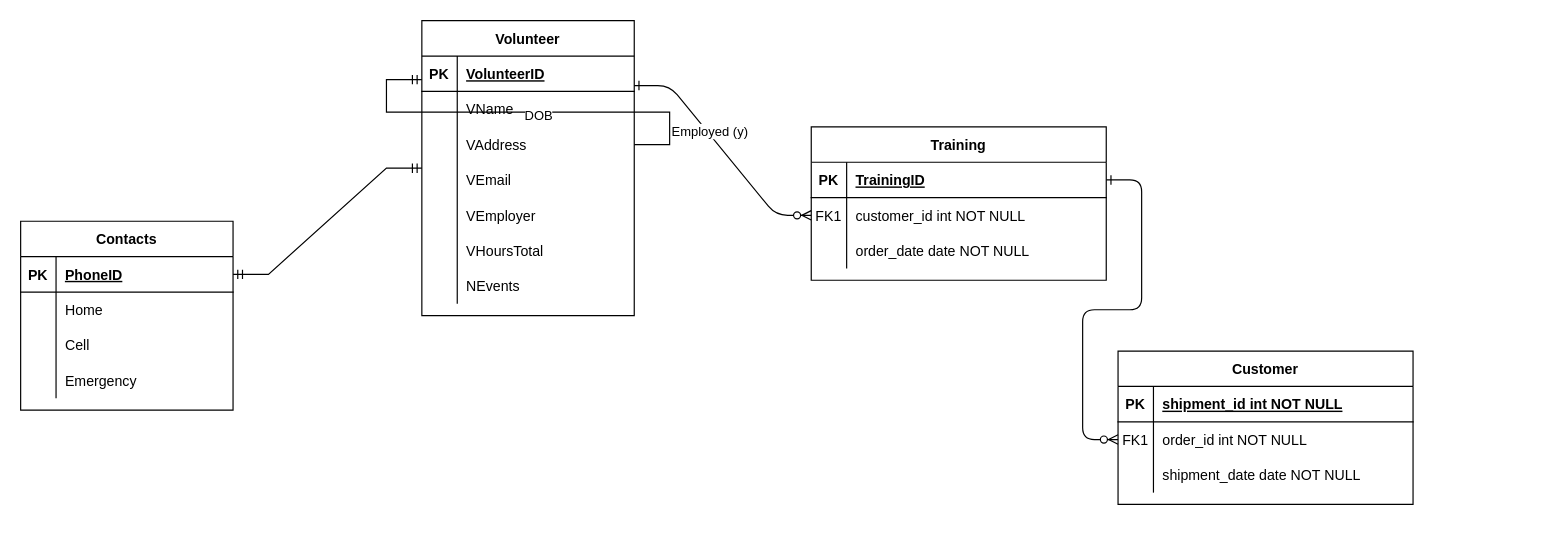
Earlier version of the draw.io diagram Untitled Diagram.drawio (dcar2121/sl4). Source tidied: cells renumbered, new cells numbered last; positions are measured from the earlier drawing's top-left corner, leaving out a move shared by most shapes. Both pictures are drawn from the tidied source at 118%, with x=0, y=0 at pixel (20, 20).
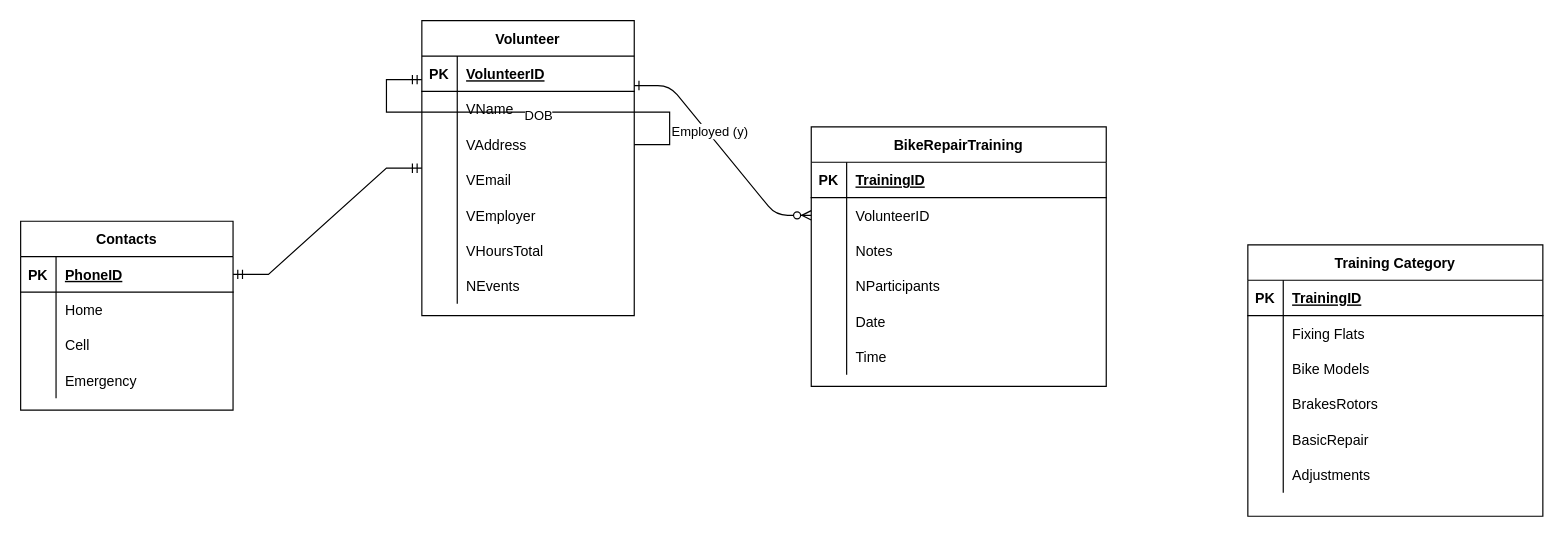
After the change.

The change refers to these unchanged cells:
```xml
<mxCell id="6" style="shape=partialRectangle;fillColor=none;points=[[0,0.5],[1,0.5]];portConstraint=eastwest;top=0;left=0;right=0;bottom=1;" parent="5" vertex="1">
  <mxGeometry y="30" width="250" height="30" as="geometry" />
</mxCell>
<mxCell id="16" style="shape=partialRectangle;fillColor=none;top=0;left=0;right=0;bottom=1;" parent="15" vertex="1">
  <mxGeometry y="30" width="250" height="30" as="geometry" />
</mxCell>
```

Change to the diagram source:
```diff
@@
-    <mxCell id="2" style="edgeStyle=entityRelationEdgeStyle;endArrow=ERzeroToMany;startArrow=ERone;endFill=1;startFill=0;" parent="1" edge="1" target="9">
+    <mxCell id="2" style="edgeStyle=entityRelationEdgeStyle;endArrow=ERzeroToMany;startArrow=ERone;endFill=1;startFill=0;" parent="1" edge="1">
       <mxGeometry relative="1" as="geometry">
         <mxPoint x="520" y="55" as="sourcePoint" />
+        <mxPoint x="670" y="165" as="targetPoint" />
       </mxGeometry>
     </mxCell>
@@
-    <mxCell id="4" style="edgeStyle=entityRelationEdgeStyle;endArrow=ERzeroToMany;startArrow=ERone;endFill=1;startFill=0;" parent="1" edge="1" source="6" target="19">
-      <mxGeometry relative="1" as="geometry" />
-    </mxCell>
-    <mxCell id="5" value="Training" style="shape=table;startSize=30;childLayout=tableLayout;rowLines=0;fontStyle=1;align=center;" parent="1" vertex="1">
-      <mxGeometry x="670" y="90" width="250" height="130" as="geometry" />
+    <mxCell id="5" value="BikeRepairTraining" style="shape=table;startSize=30;childLayout=tableLayout;rowLines=0;fontStyle=1;align=center;" parent="1" vertex="1">
+      <mxGeometry x="670" y="90" width="250" height="220" as="geometry" />
     </mxCell>
@@
-    <mxCell id="9" style="shape=partialRectangle;fillColor=none;points=[[0,0.5],[1,0.5]];portConstraint=eastwest;top=0;left=0;right=0;bottom=0;" parent="5" vertex="1">
-      <mxGeometry y="60" width="250" height="30" as="geometry" />
-    </mxCell>
-    <mxCell id="10" value="FK1" style="shape=partialRectangle;overflow=hidden;fillColor=none;top=0;left=0;bottom=0;right=0;" parent="9" vertex="1">
-      <mxGeometry width="30" height="30" as="geometry" />
-    </mxCell>
-    <mxCell id="11" value="customer_id int NOT NULL" style="shape=partialRectangle;overflow=hidden;fillColor=none;top=0;left=0;bottom=0;right=0;align=left;spacingLeft=6;" parent="9" vertex="1">
-      <mxGeometry x="30" width="220" height="30" as="geometry" />
-    </mxCell>
     <mxCell id="12" style="shape=partialRectangle;fillColor=none;top=0;left=0;right=0;bottom=0;" parent="5" vertex="1">
-      <mxGeometry y="90" width="250" height="30" as="geometry" />
+      <mxGeometry y="60" width="250" height="30" as="geometry" />
     </mxCell>
@@
-    <mxCell id="14" value="order_date date NOT NULL" style="shape=partialRectangle;overflow=hidden;fillColor=none;top=0;left=0;bottom=0;right=0;align=left;spacingLeft=6;" parent="12" vertex="1">
+    <mxCell id="14" value="VolunteerID" style="shape=partialRectangle;overflow=hidden;fillColor=none;top=0;left=0;bottom=0;right=0;align=left;spacingLeft=6;" parent="12" vertex="1">
       <mxGeometry x="30" width="220" height="30" as="geometry" />
     </mxCell>
+    <mxCell id="63" style="shape=partialRectangle;fillColor=none;top=0;left=0;right=0;bottom=0;" parent="5" vertex="1">
+      <mxGeometry y="90" width="250" height="30" as="geometry" />
+    </mxCell>
+    <mxCell id="64" style="shape=partialRectangle;overflow=hidden;fillColor=none;top=0;left=0;bottom=0;right=0;" parent="63" vertex="1">
+      <mxGeometry width="30" height="30" as="geometry" />
+    </mxCell>
+    <mxCell id="65" value="Notes" style="shape=partialRectangle;overflow=hidden;fillColor=none;top=0;left=0;bottom=0;right=0;align=left;spacingLeft=6;" parent="63" vertex="1">
+      <mxGeometry x="30" width="220" height="30" as="geometry" />
+    </mxCell>
+    <mxCell id="66" style="shape=partialRectangle;fillColor=none;top=0;left=0;right=0;bottom=0;" parent="5" vertex="1">
+      <mxGeometry y="120" width="250" height="30" as="geometry" />
+    </mxCell>
+    <mxCell id="67" style="shape=partialRectangle;overflow=hidden;fillColor=none;top=0;left=0;bottom=0;right=0;" parent="66" vertex="1">
+      <mxGeometry width="30" height="30" as="geometry" />
+    </mxCell>
+    <mxCell id="68" value="NParticipants" style="shape=partialRectangle;overflow=hidden;fillColor=none;top=0;left=0;bottom=0;right=0;align=left;spacingLeft=6;" parent="66" vertex="1">
+      <mxGeometry x="30" width="220" height="30" as="geometry" />
+    </mxCell>
+    <mxCell id="69" style="shape=partialRectangle;fillColor=none;top=0;left=0;right=0;bottom=0;" parent="5" vertex="1">
+      <mxGeometry y="150" width="250" height="30" as="geometry" />
+    </mxCell>
+    <mxCell id="70" style="shape=partialRectangle;overflow=hidden;fillColor=none;top=0;left=0;bottom=0;right=0;" parent="69" vertex="1">
+      <mxGeometry width="30" height="30" as="geometry" />
+    </mxCell>
+    <mxCell id="71" value="Date" style="shape=partialRectangle;overflow=hidden;fillColor=none;top=0;left=0;bottom=0;right=0;align=left;spacingLeft=6;" parent="69" vertex="1">
+      <mxGeometry x="30" width="220" height="30" as="geometry" />
+    </mxCell>
+    <mxCell id="72" style="shape=partialRectangle;fillColor=none;top=0;left=0;right=0;bottom=0;" parent="5" vertex="1">
+      <mxGeometry y="180" width="250" height="30" as="geometry" />
+    </mxCell>
+    <mxCell id="73" style="shape=partialRectangle;overflow=hidden;fillColor=none;top=0;left=0;bottom=0;right=0;" parent="72" vertex="1">
+      <mxGeometry width="30" height="30" as="geometry" />
+    </mxCell>
+    <mxCell id="74" value="Time" style="shape=partialRectangle;overflow=hidden;fillColor=none;top=0;left=0;bottom=0;right=0;align=left;spacingLeft=6;" parent="72" vertex="1">
+      <mxGeometry x="30" width="220" height="30" as="geometry" />
+    </mxCell>
-    <mxCell id="15" value="Customer" style="shape=table;startSize=30;childLayout=tableLayout;rowLines=0;fontStyle=1;align=center;" parent="1" vertex="1">
-      <mxGeometry x="930" y="280" width="250" height="130" as="geometry" />
+    <mxCell id="15" value="Training Category" style="shape=table;startSize=30;childLayout=tableLayout;rowLines=0;fontStyle=1;align=center;" parent="1" vertex="1">
+      <mxGeometry x="1040" y="190" width="250" height="230" as="geometry" />
     </mxCell>
@@
-    <mxCell id="18" value="shipment_id int NOT NULL " style="shape=partialRectangle;overflow=hidden;fillColor=none;top=0;left=0;bottom=0;right=0;align=left;spacingLeft=6;fontStyle=5;" parent="16" vertex="1">
+    <mxCell id="18" value="TrainingID" style="shape=partialRectangle;overflow=hidden;fillColor=none;top=0;left=0;bottom=0;right=0;align=left;spacingLeft=6;fontStyle=5;" parent="16" vertex="1">
       <mxGeometry x="30" width="220" height="30" as="geometry" />
     </mxCell>
-    <mxCell id="19" style="shape=partialRectangle;fillColor=none;points=[[0,0.5],[1,0.5]];portConstraint=eastwest;top=0;left=0;right=0;bottom=0;" parent="15" vertex="1">
-      <mxGeometry y="60" width="250" height="30" as="geometry" />
-    </mxCell>
-    <mxCell id="20" value="FK1" style="shape=partialRectangle;overflow=hidden;fillColor=none;top=0;left=0;bottom=0;right=0;" parent="19" vertex="1">
-      <mxGeometry width="30" height="30" as="geometry" />
-    </mxCell>
-    <mxCell id="21" value="order_id int NOT NULL" style="shape=partialRectangle;overflow=hidden;fillColor=none;top=0;left=0;bottom=0;right=0;align=left;spacingLeft=6;" parent="19" vertex="1">
-      <mxGeometry x="30" width="220" height="30" as="geometry" />
-    </mxCell>
     <mxCell id="22" style="shape=partialRectangle;fillColor=none;top=0;left=0;right=0;bottom=0;" parent="15" vertex="1">
-      <mxGeometry y="90" width="250" height="30" as="geometry" />
+      <mxGeometry y="60" width="250" height="30" as="geometry" />
     </mxCell>
@@
-    <mxCell id="24" value="shipment_date date NOT NULL" style="shape=partialRectangle;overflow=hidden;fillColor=none;top=0;left=0;bottom=0;right=0;align=left;spacingLeft=6;" parent="22" vertex="1">
+    <mxCell id="24" value="Fixing Flats" style="shape=partialRectangle;overflow=hidden;fillColor=none;top=0;left=0;bottom=0;right=0;align=left;spacingLeft=6;" parent="22" vertex="1">
       <mxGeometry x="30" width="220" height="30" as="geometry" />
     </mxCell>
+    <mxCell id="75" style="shape=partialRectangle;fillColor=none;top=0;left=0;right=0;bottom=0;" parent="15" vertex="1">
+      <mxGeometry y="90" width="250" height="30" as="geometry" />
+    </mxCell>
+    <mxCell id="76" style="shape=partialRectangle;overflow=hidden;fillColor=none;top=0;left=0;bottom=0;right=0;" parent="75" vertex="1">
+      <mxGeometry width="30" height="30" as="geometry" />
+    </mxCell>
+    <mxCell id="77" value="Bike Models" style="shape=partialRectangle;overflow=hidden;fillColor=none;top=0;left=0;bottom=0;right=0;align=left;spacingLeft=6;" parent="75" vertex="1">
+      <mxGeometry x="30" width="220" height="30" as="geometry" />
+    </mxCell>
+    <mxCell id="78" style="shape=partialRectangle;fillColor=none;top=0;left=0;right=0;bottom=0;" parent="15" vertex="1">
+      <mxGeometry y="120" width="250" height="30" as="geometry" />
+    </mxCell>
+    <mxCell id="79" style="shape=partialRectangle;overflow=hidden;fillColor=none;top=0;left=0;bottom=0;right=0;" parent="78" vertex="1">
+      <mxGeometry width="30" height="30" as="geometry" />
+    </mxCell>
+    <mxCell id="80" value="BrakesRotors " style="shape=partialRectangle;overflow=hidden;fillColor=none;top=0;left=0;bottom=0;right=0;align=left;spacingLeft=6;" parent="78" vertex="1">
+      <mxGeometry x="30" width="220" height="30" as="geometry" />
+    </mxCell>
+    <mxCell id="81" style="shape=partialRectangle;fillColor=none;top=0;left=0;right=0;bottom=0;" parent="15" vertex="1">
+      <mxGeometry y="150" width="250" height="30" as="geometry" />
+    </mxCell>
+    <mxCell id="82" style="shape=partialRectangle;overflow=hidden;fillColor=none;top=0;left=0;bottom=0;right=0;" parent="81" vertex="1">
+      <mxGeometry width="30" height="30" as="geometry" />
+    </mxCell>
+    <mxCell id="83" value="BasicRepair" style="shape=partialRectangle;overflow=hidden;fillColor=none;top=0;left=0;bottom=0;right=0;align=left;spacingLeft=6;" parent="81" vertex="1">
+      <mxGeometry x="30" width="220" height="30" as="geometry" />
+    </mxCell>
+    <mxCell id="84" style="shape=partialRectangle;fillColor=none;top=0;left=0;right=0;bottom=0;" parent="15" vertex="1">
+      <mxGeometry y="180" width="250" height="30" as="geometry" />
+    </mxCell>
+    <mxCell id="85" style="shape=partialRectangle;overflow=hidden;fillColor=none;top=0;left=0;bottom=0;right=0;" parent="84" vertex="1">
+      <mxGeometry width="30" height="30" as="geometry" />
+    </mxCell>
+    <mxCell id="86" value="Adjustments" style="shape=partialRectangle;overflow=hidden;fillColor=none;top=0;left=0;bottom=0;right=0;align=left;spacingLeft=6;" parent="84" vertex="1">
+      <mxGeometry x="30" width="220" height="30" as="geometry" />
+    </mxCell>
```
